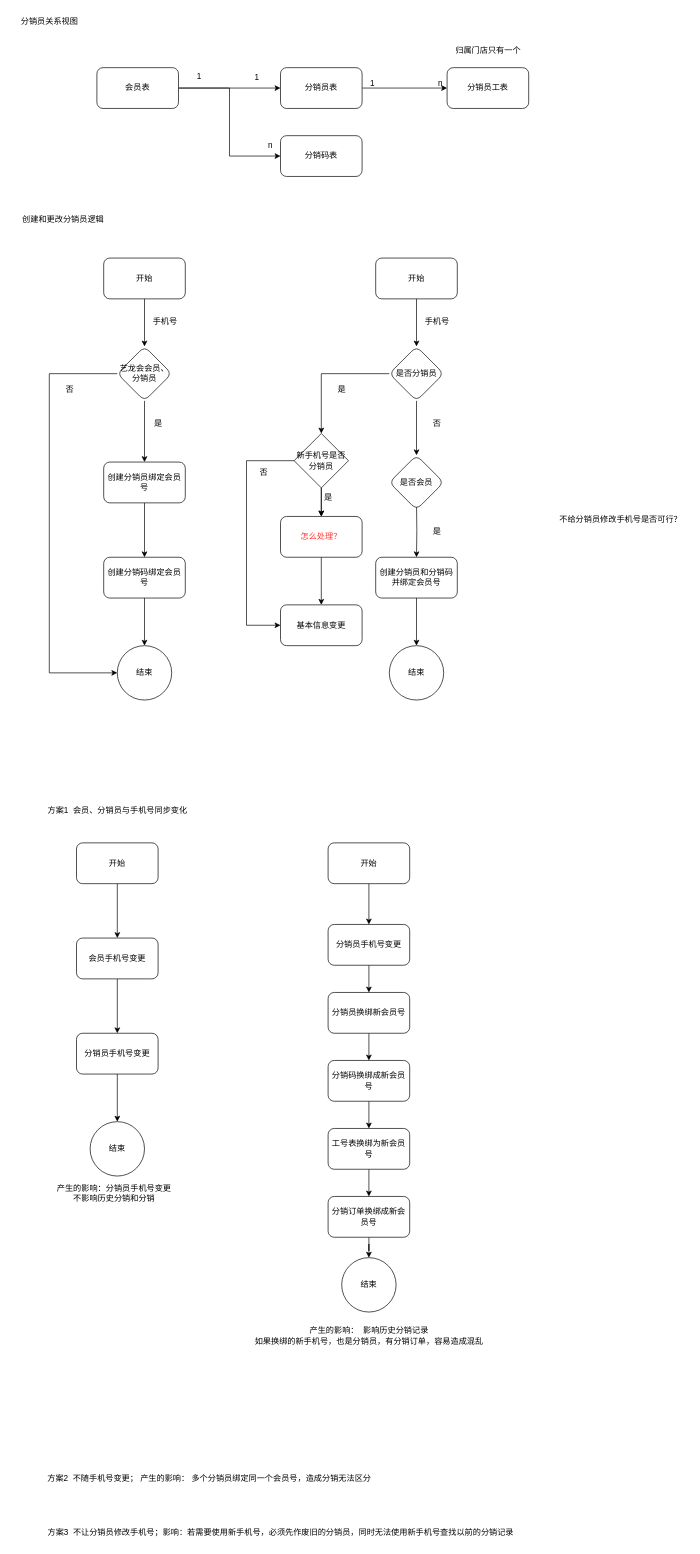
The draw.io diagram 分销.drawio in VilaNan/tsxxx.github.io, before the edit. Source tidied: cells renumbered, new cells numbered last; positions are measured from the earlier drawing's top-left corner, leaving out a move shared by most shapes. Both pictures are drawn from the tidied source at 68%, with x=0, y=0 at pixel (12, 12).
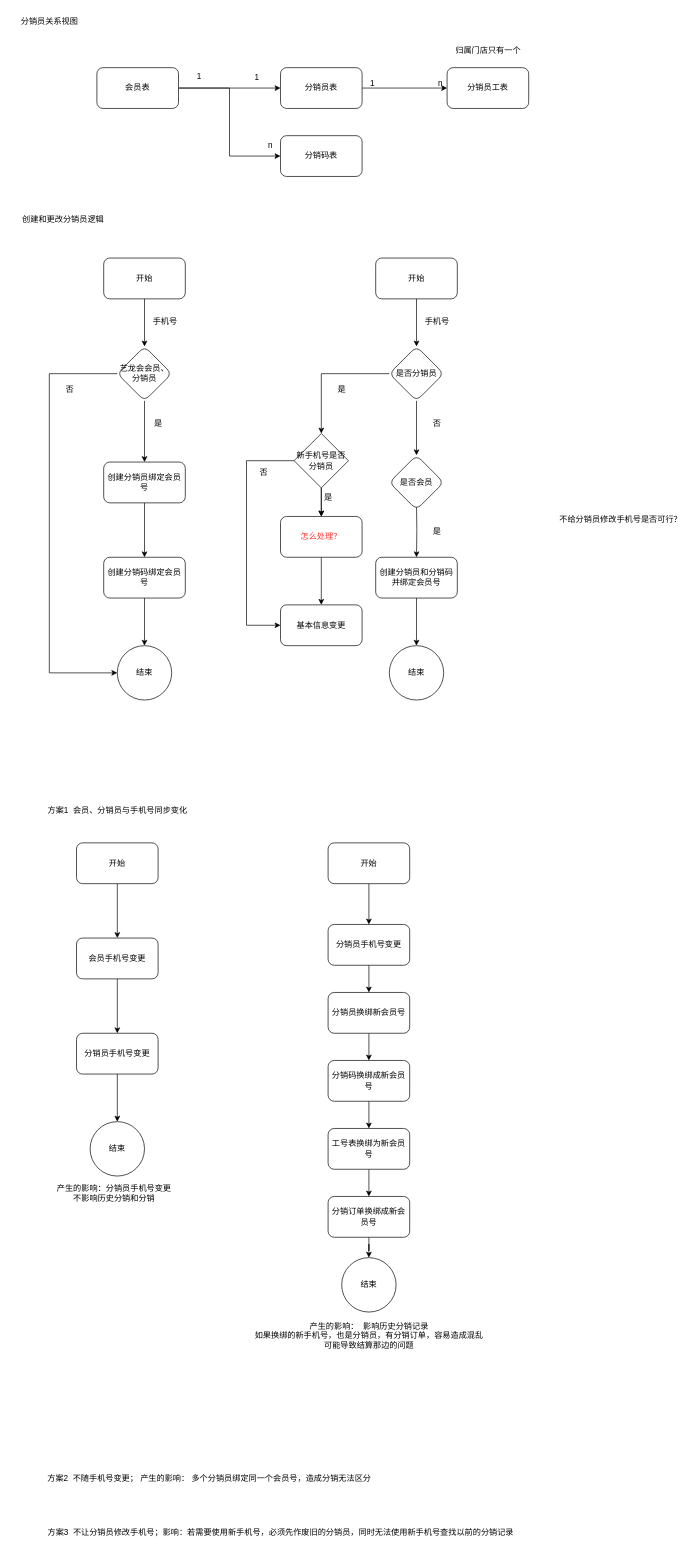
The same page after the edit.

The edit, as a diff of the source:
```diff
@@
-    <mxCell id="76" value="产生的影响：&amp;nbsp; 影响历史分销记录&lt;div&gt;如果换绑的新手机号，也是分销员，有分销订单，容易造成混乱&lt;/div&gt;" style="text;html=1;align=center;verticalAlign=middle;strokeColor=none;fillColor=none;" parent="1" vertex="1">
-      <mxGeometry x="345" y="1927" width="360" height="40" as="geometry" />
+    <mxCell id="76" value="产生的影响：&amp;nbsp; 影响历史分销记录&lt;div&gt;如果换绑的新手机号，也是分销员，有分销订单，容易造成混乱&lt;/div&gt;&lt;div&gt;可能导致结算那边的问题&lt;/div&gt;" style="text;html=1;align=center;verticalAlign=middle;strokeColor=none;fillColor=none;" parent="1" vertex="1">
+      <mxGeometry x="345" y="1917" width="360" height="60" as="geometry" />
     </mxCell>
```
